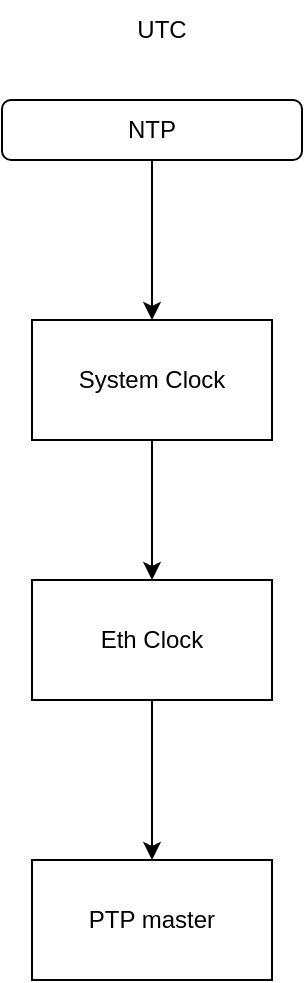
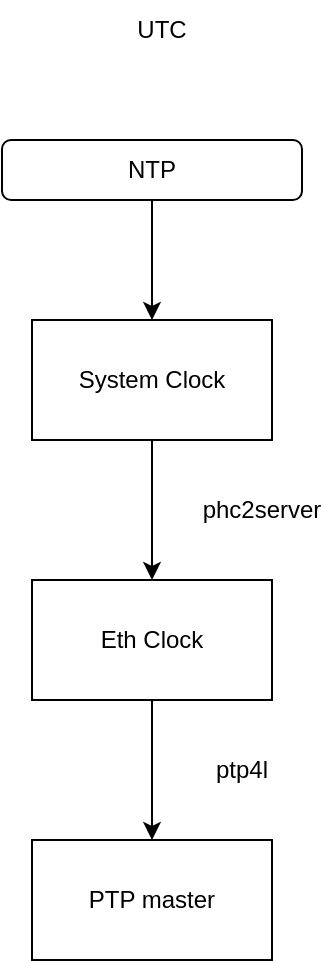
<mxfile host="app.diagrams.net" agent="Mozilla/5.0 (Windows NT 10.0; Win64; x64) AppleWebKit/537.36 (KHTML, like Gecko) Chrome/148.0.0.0 Safari/537.36">
  <diagram name="第 1 页" id="xi5zx8poPBdEaGlYp24N">
    <mxGraphModel dx="930" dy="494" grid="1" gridSize="10" guides="1" tooltips="1" connect="1" arrows="1" fold="1" page="1" pageScale="1" pageWidth="827" pageHeight="1169" math="0" shadow="0">
      <root>
        <mxCell id="0" />
        <mxCell id="1" parent="0" />
        <mxCell id="9tWx0qsMY7gKmuM-r2hu-1" edge="1" parent="1" source="473n1farRfXXC9yVkO81-1" style="edgeStyle=orthogonalEdgeStyle;rounded=0;orthogonalLoop=1;jettySize=auto;html=1;" target="473n1farRfXXC9yVkO81-7" value="">
          <mxGeometry relative="1" as="geometry" />
        </mxCell>
        <mxCell id="473n1farRfXXC9yVkO81-1" parent="1" style="rounded=1;whiteSpace=wrap;html=1;" value="NTP" vertex="1">
-           <mxGeometry height="30" width="150" x="20" y="120" as="geometry" />
+           <mxGeometry height="30" width="150" x="20" y="140" as="geometry" />
        </mxCell>
        <mxCell id="473n1farRfXXC9yVkO81-6" parent="1" style="text;html=1;whiteSpace=wrap;strokeColor=none;fillColor=none;align=center;verticalAlign=middle;rounded=0;" value="UTC" vertex="1">
          <mxGeometry height="30" width="60" x="70" y="70" as="geometry" />
        </mxCell>
        <mxCell id="9tWx0qsMY7gKmuM-r2hu-3" edge="1" parent="1" source="473n1farRfXXC9yVkO81-7" style="edgeStyle=orthogonalEdgeStyle;rounded=0;orthogonalLoop=1;jettySize=auto;html=1;" target="9tWx0qsMY7gKmuM-r2hu-2" value="">
          <mxGeometry relative="1" as="geometry" />
        </mxCell>
        <mxCell id="473n1farRfXXC9yVkO81-7" parent="1" style="rounded=0;whiteSpace=wrap;html=1;" value="System Clock" vertex="1">
          <mxGeometry height="60" width="120" x="35" y="230" as="geometry" />
        </mxCell>
        <mxCell id="9tWx0qsMY7gKmuM-r2hu-5" edge="1" parent="1" source="9tWx0qsMY7gKmuM-r2hu-2" style="edgeStyle=orthogonalEdgeStyle;rounded=0;orthogonalLoop=1;jettySize=auto;html=1;" target="9tWx0qsMY7gKmuM-r2hu-4" value="">
          <mxGeometry relative="1" as="geometry" />
        </mxCell>
        <mxCell id="9tWx0qsMY7gKmuM-r2hu-2" parent="1" style="rounded=0;whiteSpace=wrap;html=1;" value="Eth Clock" vertex="1">
          <mxGeometry height="60" width="120" x="35" y="360" as="geometry" />
        </mxCell>
        <mxCell id="9tWx0qsMY7gKmuM-r2hu-4" parent="1" style="rounded=0;whiteSpace=wrap;html=1;" value="PTP master" vertex="1">
-           <mxGeometry height="60" width="120" x="35" y="500" as="geometry" />
+           <mxGeometry height="60" width="120" x="35" y="490" as="geometry" />
+         </mxCell>
+         <mxCell id="9tWx0qsMY7gKmuM-r2hu-6" parent="1" style="text;html=1;whiteSpace=wrap;strokeColor=none;fillColor=none;align=center;verticalAlign=middle;rounded=0;" value="phc2server" vertex="1">
+           <mxGeometry height="30" width="60" x="120" y="310" as="geometry" />
+         </mxCell>
+         <mxCell id="9tWx0qsMY7gKmuM-r2hu-7" parent="1" style="text;html=1;whiteSpace=wrap;strokeColor=none;fillColor=none;align=center;verticalAlign=middle;rounded=0;" value="ptp4l" vertex="1">
+           <mxGeometry height="30" width="60" x="110" y="440" as="geometry" />
        </mxCell>
      </root>
    </mxGraphModel>
  </diagram>
</mxfile>
